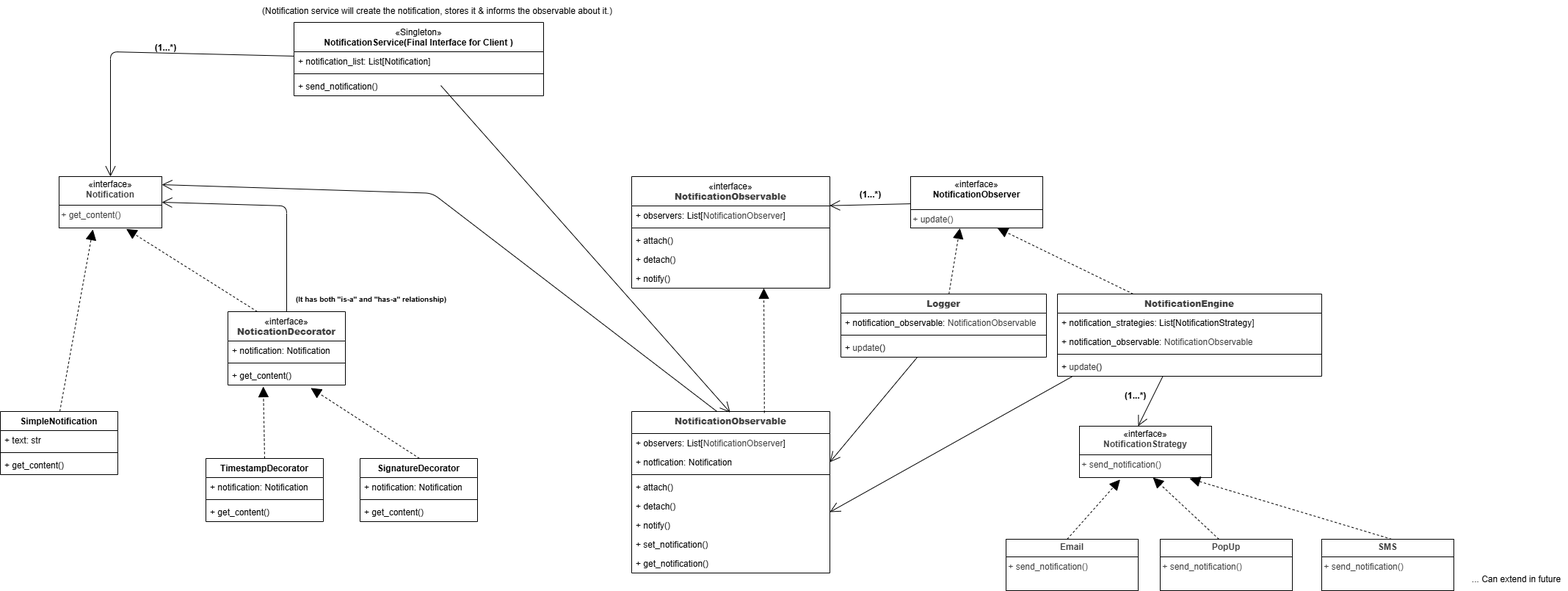
Before: Design problems/03. Notification Service/UML.drawio.png, a diagram exported from draw.io (kom3/LLD-Python). Source tidied: cells renumbered, new cells last; positions are measured from the earlier drawing's top-left corner, leaving out a move shared by most shapes.
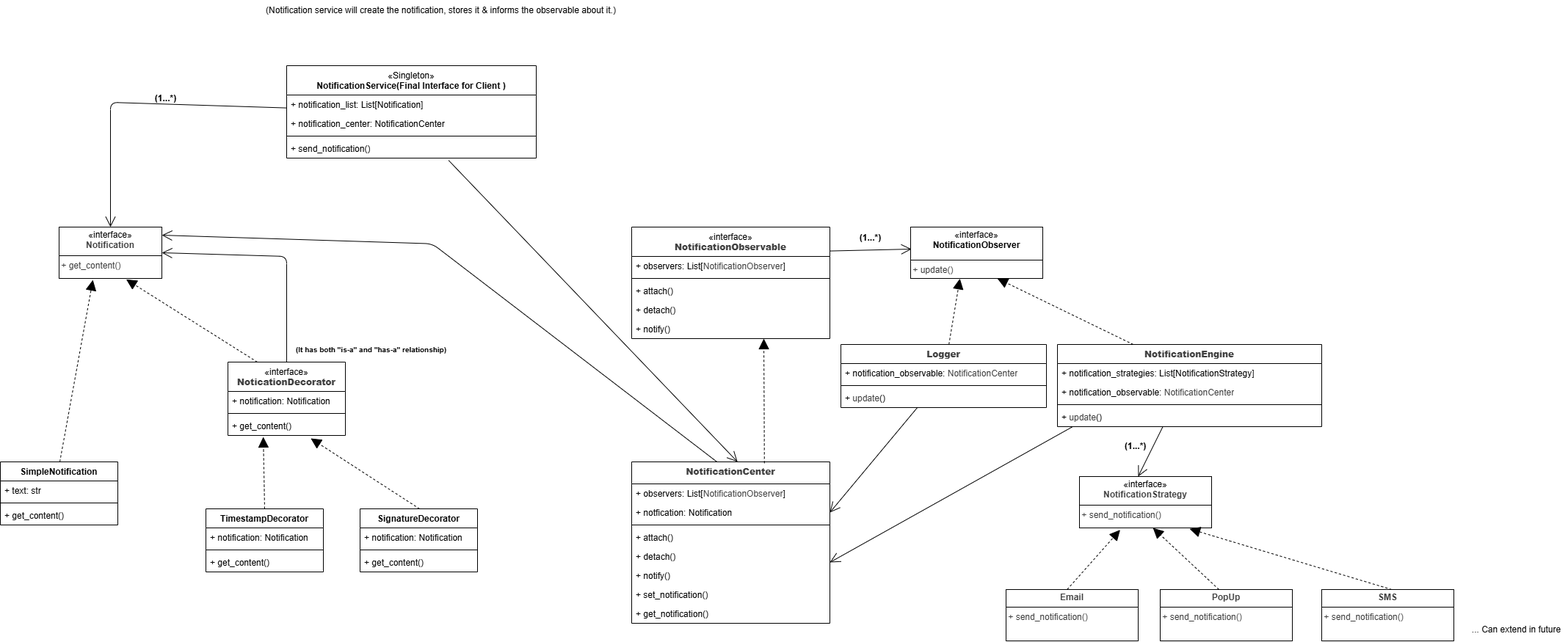
After the change.

What changed in the source:
```diff
@@ -97,7 +97,7 @@
     <mxCell id="30" value="+ notify()" style="text;strokeColor=none;fillColor=none;align=left;verticalAlign=top;spacingLeft=4;spacingRight=4;overflow=hidden;whiteSpace=wrap;html=1;" parent="25" vertex="1">
       <mxGeometry y="126" width="270" height="26" as="geometry" />
     </mxCell>
-    <mxCell id="31" value="&lt;b style=&quot;color: rgb(63, 63, 63); scrollbar-color: rgb(226, 226, 226) rgb(251, 251, 251);&quot;&gt;NotificationObservable&lt;/b&gt;&lt;br&gt;&lt;div&gt;&lt;b style=&quot;scrollbar-color: rgb(226, 226, 226) rgb(251, 251, 251); color: rgb(63, 63, 63);&quot;&gt;&lt;br&gt;&lt;/b&gt;&lt;/div&gt;" style="swimlane;fontStyle=1;align=center;verticalAlign=top;horizontal=1;startSize=30;whiteSpace=wrap;html=1;" parent="1" vertex="1">
+    <mxCell id="31" value="&lt;b style=&quot;color: rgb(63, 63, 63); scrollbar-color: rgb(226, 226, 226) rgb(251, 251, 251);&quot;&gt;NotificationCenter&lt;/b&gt;&lt;br&gt;&lt;div&gt;&lt;b style=&quot;scrollbar-color: rgb(226, 226, 226) rgb(251, 251, 251); color: rgb(63, 63, 63);&quot;&gt;&lt;br&gt;&lt;/b&gt;&lt;/div&gt;" style="swimlane;fontStyle=1;align=center;verticalAlign=top;horizontal=1;startSize=30;whiteSpace=wrap;html=1;" parent="1" vertex="1">
       <mxGeometry x="860" y="560" width="270" height="220" as="geometry" />
     </mxCell>
     <mxCell id="32" value="+ observers: List[&lt;span style=&quot;scrollbar-color: rgb(226, 226, 226) rgb(251, 251, 251); text-align: center; color: rgb(63, 63, 63);&quot;&gt;NotificationObserver&lt;/span&gt;]" style="text;strokeColor=none;fillColor=none;align=left;verticalAlign=top;spacingLeft=4;spacingRight=4;overflow=hidden;whiteSpace=wrap;html=1;" parent="31" vertex="1">
@@ -190,7 +190,7 @@
     <mxCell id="55" value="+ notification_strategies: List[NotificationStrategy]" style="text;strokeColor=none;fillColor=none;align=left;verticalAlign=top;spacingLeft=4;spacingRight=4;overflow=hidden;whiteSpace=wrap;html=1;" parent="54" vertex="1">
       <mxGeometry y="26" width="360" height="26" as="geometry" />
     </mxCell>
-    <mxCell id="56" value="+ notification_observable:&amp;nbsp;&lt;span style=&quot;scrollbar-color: rgb(226, 226, 226) rgb(251, 251, 251); text-align: center; color: rgb(63, 63, 63);&quot;&gt;NotificationObservable&lt;/span&gt;" style="text;strokeColor=none;fillColor=none;align=left;verticalAlign=top;spacingLeft=4;spacingRight=4;overflow=hidden;whiteSpace=wrap;html=1;" parent="54" vertex="1">
+    <mxCell id="56" value="+ notification_observable:&amp;nbsp;&lt;span style=&quot;scrollbar-color: rgb(226, 226, 226) rgb(251, 251, 251); text-align: center; color: rgb(63, 63, 63);&quot;&gt;NotificationCenter&lt;/span&gt;" style="text;strokeColor=none;fillColor=none;align=left;verticalAlign=top;spacingLeft=4;spacingRight=4;overflow=hidden;whiteSpace=wrap;html=1;" parent="54" vertex="1">
       <mxGeometry y="52" width="360" height="26" as="geometry" />
     </mxCell>
     <mxCell id="57" style="line;strokeWidth=1;fillColor=none;align=left;verticalAlign=middle;spacingTop=-1;spacingLeft=3;spacingRight=3;labelPosition=right;strokeColor=inherit;" parent="54" vertex="1">
@@ -207,25 +207,27 @@
       </mxGeometry>
     </mxCell>
     <mxCell id="60" value="&lt;span style=&quot;scrollbar-color: rgb(226, 226, 226) rgb(251, 251, 251); font-weight: 400; color: rgb(0, 0, 0);&quot;&gt;«Singleton»&lt;/span&gt;&lt;br style=&quot;scrollbar-color: rgb(226, 226, 226) rgb(251, 251, 251); font-weight: 400; color: rgb(63, 63, 63);&quot;&gt;NotificationService(Final Interface for&amp;nbsp;&lt;span style=&quot;color: rgb(0, 0, 0);&quot;&gt;Client&amp;nbsp;&lt;/span&gt;)" style="swimlane;fontStyle=1;align=center;verticalAlign=top;horizontal=1;startSize=40;whiteSpace=wrap;html=1;" parent="1" vertex="1">
-      <mxGeometry x="400" y="30" width="340" height="100" as="geometry" />
+      <mxGeometry x="390" y="20" width="340" height="126" as="geometry" />
     </mxCell>
     <mxCell id="61" value="+ notification_list: List[Notification]" style="text;strokeColor=none;fillColor=none;align=left;verticalAlign=top;spacingLeft=4;spacingRight=4;overflow=hidden;whiteSpace=wrap;html=1;" parent="60" vertex="1">
       <mxGeometry y="40" width="340" height="26" as="geometry" />
     </mxCell>
+    <mxCell id="76" value="+ notification_center: NotificationCenter" style="text;strokeColor=none;fillColor=none;align=left;verticalAlign=top;spacingLeft=4;spacingRight=4;overflow=hidden;whiteSpace=wrap;html=1;" parent="60" vertex="1">
+      <mxGeometry y="66" width="340" height="26" as="geometry" />
+    </mxCell>
     <mxCell id="62" style="line;strokeWidth=1;fillColor=none;align=left;verticalAlign=middle;spacingTop=-1;spacingLeft=3;spacingRight=3;labelPosition=right;strokeColor=inherit;" parent="60" vertex="1">
-      <mxGeometry y="66" width="340" height="8" as="geometry" />
+      <mxGeometry y="92" width="340" height="8" as="geometry" />
     </mxCell>
     <mxCell id="63" value="+ send_notification()" style="text;strokeColor=none;fillColor=none;align=left;verticalAlign=top;spacingLeft=4;spacingRight=4;overflow=hidden;points=[[0,0.5],[1,0.5]];portConstraint=eastwest;whiteSpace=wrap;html=1;" parent="60" vertex="1">
-      <mxGeometry y="74" width="340" height="26" as="geometry" />
+      <mxGeometry y="100" width="340" height="26" as="geometry" />
     </mxCell>
-    <mxCell id="64" style="edgeStyle=none;html=1;entryX=0.527;entryY=0.005;entryDx=0;entryDy=0;entryPerimeter=0;endArrow=open;endFill=0;endSize=12;" parent="1" edge="1">
+    <mxCell id="64" style="edgeStyle=none;html=1;entryX=0.527;entryY=0.005;entryDx=0;entryDy=0;entryPerimeter=0;endArrow=open;endFill=0;endSize=12;exitX=0.649;exitY=1.12;exitDx=0;exitDy=0;exitPerimeter=0;" parent="1" edge="1" source="63">
       <mxGeometry relative="1" as="geometry">
-        <mxPoint x="600" y="116" as="sourcePoint" />
-        <mxPoint x="994.2" y="561.4" as="targetPoint" />
+        <mxPoint x="1004.2" y="560" as="targetPoint" />
       </mxGeometry>
     </mxCell>
     <mxCell id="65" value="(&lt;span style=&quot;color: rgb(0, 0, 0);&quot;&gt;Notification service will create the notification, stores it &amp;amp; informs the observable about it.&lt;/span&gt;)" style="text;html=1;align=center;verticalAlign=middle;strokeColor=none;fillColor=none;" parent="1" vertex="1">
-      <mxGeometry x="345" width="500" height="30" as="geometry" />
+      <mxGeometry x="350" y="-70" width="500" height="30" as="geometry" />
     </mxCell>
     <mxCell id="66" value="... Can extend in future" style="text;html=1;align=center;verticalAlign=middle;strokeColor=none;fillColor=none;" parent="1" vertex="1">
       <mxGeometry x="1995" y="774" width="140" height="30" as="geometry" />
@@ -233,11 +235,14 @@
     <mxCell id="67" value="&lt;b&gt;(1...*)&lt;/b&gt;" style="text;html=1;align=center;verticalAlign=middle;strokeColor=none;fillColor=none;" parent="1" vertex="1">
       <mxGeometry x="200" y="50" width="50" height="30" as="geometry" />
     </mxCell>
-    <mxCell id="68" style="edgeStyle=none;html=1;entryX=0.999;entryY=-0.014;entryDx=0;entryDy=0;entryPerimeter=0;endArrow=open;endFill=0;endSize=12;" parent="1" edge="1" source="42" target="26">
-      <mxGeometry relative="1" as="geometry" />
+    <mxCell id="68" style="edgeStyle=none;html=1;entryX=0.999;entryY=-0.014;entryDx=0;entryDy=0;entryPerimeter=0;endArrow=none;endFill=0;endSize=12;startArrow=open;startFill=0;sourcePerimeterSpacing=-1;startSize=12;" parent="1" edge="1">
+      <mxGeometry relative="1" as="geometry">
+        <mxPoint x="1241.3" y="270" as="sourcePoint" />
+        <mxPoint x="1130" y="272.6" as="targetPoint" />
+      </mxGeometry>
     </mxCell>
-    <mxCell id="69" value="&lt;b&gt;(1...*)&lt;/b&gt;" style="text;html=1;align=center;verticalAlign=middle;strokeColor=none;fillColor=none;" parent="1" vertex="1">
-      <mxGeometry x="1160" y="250" width="50" height="30" as="geometry" />
+    <mxCell id="69" value="&lt;span&gt;(1...*)&lt;/span&gt;" style="text;html=1;align=center;verticalAlign=middle;strokeColor=none;fillColor=none;fontStyle=1;" parent="1" vertex="1">
+      <mxGeometry x="1160" y="240" width="50" height="30" as="geometry" />
     </mxCell>
     <mxCell id="70" style="edgeStyle=none;html=1;entryX=1;entryY=0.5;entryDx=0;entryDy=0;endArrow=open;endFill=0;endSize=12;" parent="1" edge="1" source="71" target="33">
       <mxGeometry relative="1" as="geometry" />
@@ -245,7 +250,7 @@
     <mxCell id="71" value="&lt;b style=&quot;scrollbar-color: rgb(226, 226, 226) rgb(251, 251, 251); color: rgb(63, 63, 63);&quot;&gt;Logger&lt;/b&gt;" style="swimlane;fontStyle=1;align=center;verticalAlign=top;horizontal=1;startSize=26;whiteSpace=wrap;html=1;" parent="1" vertex="1">
       <mxGeometry x="1145" y="400" width="280" height="86" as="geometry" />
     </mxCell>
-    <mxCell id="72" value="+ notification_observable:&amp;nbsp;&lt;span style=&quot;scrollbar-color: rgb(226, 226, 226) rgb(251, 251, 251); text-align: center; color: rgb(63, 63, 63);&quot;&gt;NotificationObservable&lt;/span&gt;" style="text;strokeColor=none;fillColor=none;align=left;verticalAlign=top;spacingLeft=4;spacingRight=4;overflow=hidden;whiteSpace=wrap;html=1;" parent="71" vertex="1">
+    <mxCell id="72" value="+ notification_observable:&amp;nbsp;&lt;span style=&quot;scrollbar-color: rgb(226, 226, 226) rgb(251, 251, 251); text-align: center; color: rgb(63, 63, 63);&quot;&gt;NotificationCenter&lt;/span&gt;" style="text;strokeColor=none;fillColor=none;align=left;verticalAlign=top;spacingLeft=4;spacingRight=4;overflow=hidden;whiteSpace=wrap;html=1;" parent="71" vertex="1">
       <mxGeometry y="26" width="280" height="26" as="geometry" />
     </mxCell>
     <mxCell id="73" style="line;strokeWidth=1;fillColor=none;align=left;verticalAlign=middle;spacingTop=-1;spacingLeft=3;spacingRight=3;labelPosition=right;strokeColor=inherit;" parent="71" vertex="1">
```
